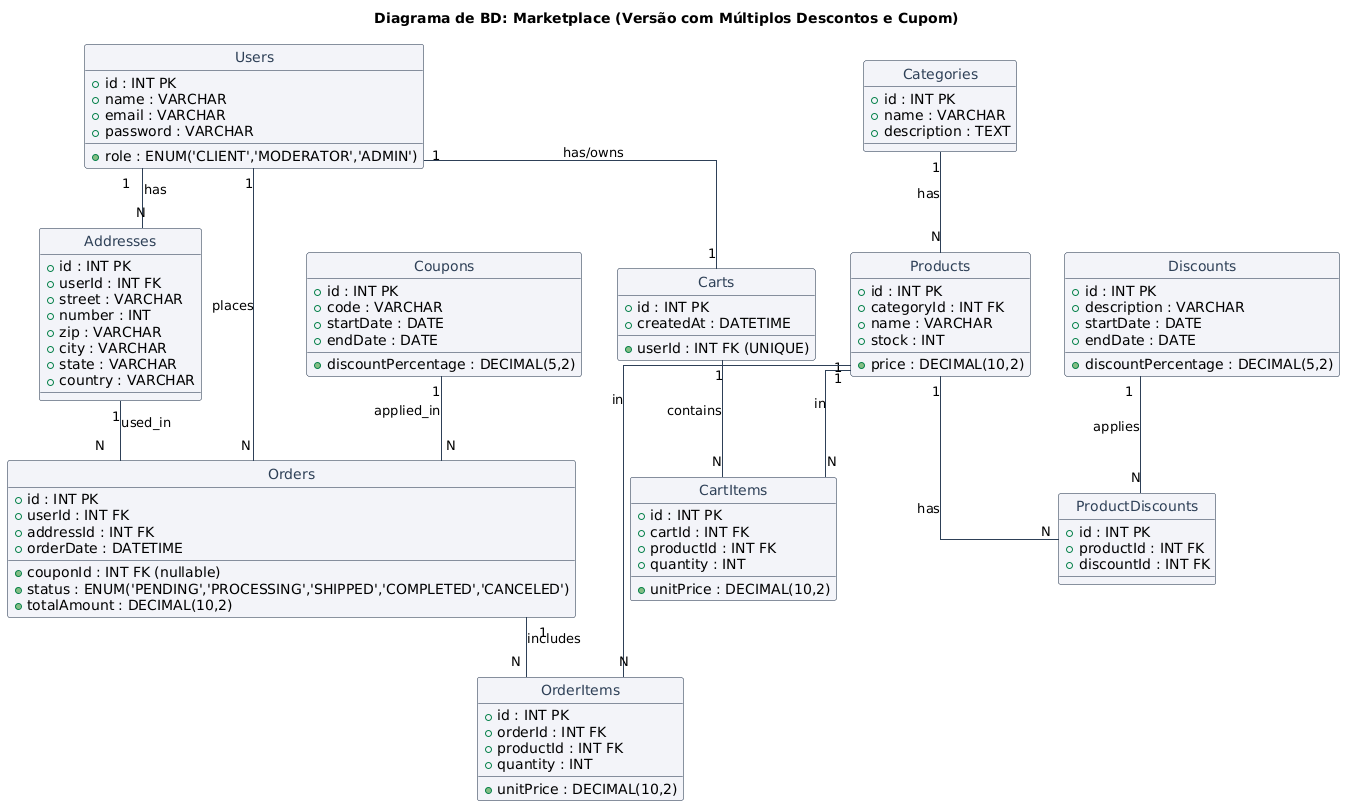
The PlantUML diagram db/db.png in gukley/api-ecommerce-python, before a commit.
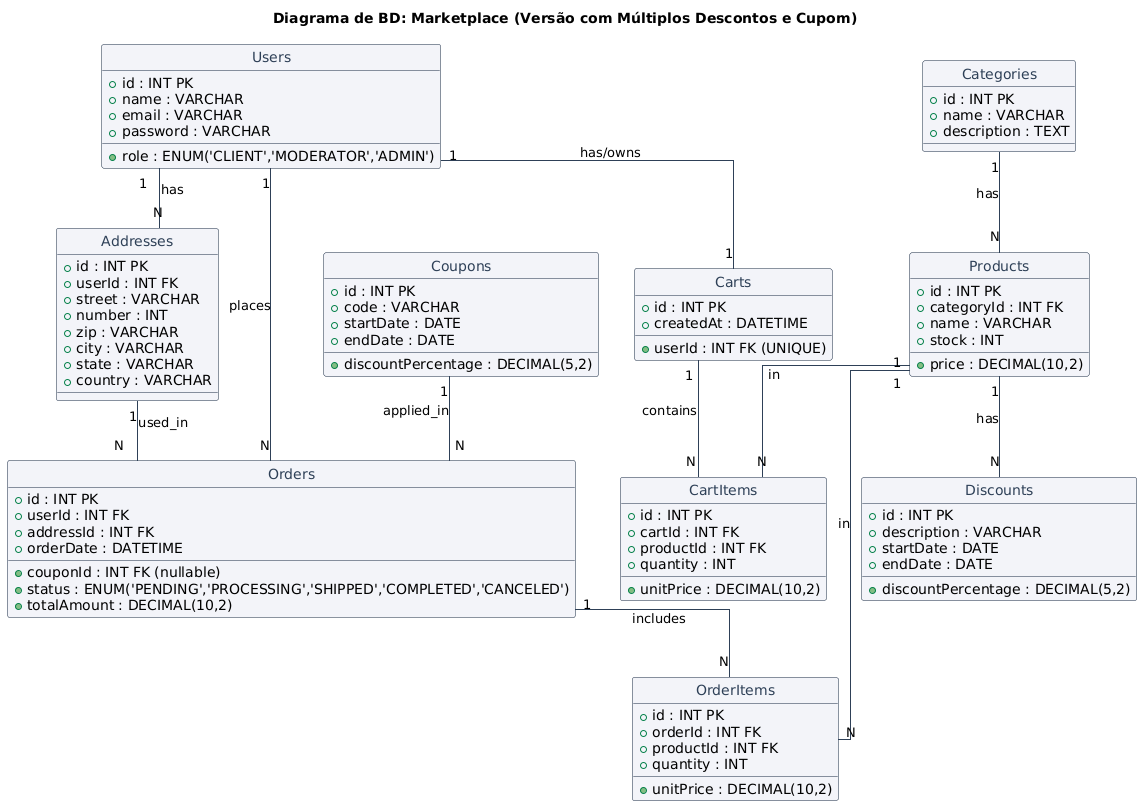
After the change.

Diff of the diagram source:
```diff
@@ -63,12 +63,6 @@
     +stock : INT
 }
 
-class ProductDiscounts {
-    +id : INT PK
-    +productId : INT FK
-    +discountId : INT FK
-}
-
 class Carts {
     +id : INT PK
     +userId : INT FK (UNIQUE)
@@ -118,6 +112,5 @@
 
 Categories "1" -- "N" Products : "has"
 
-Products "1" -- "N" ProductDiscounts : "has"
-Discounts "1" -- "N" ProductDiscounts : "applies"
+Products "1" -- "N" Discounts : "has"
 @enduml
```
